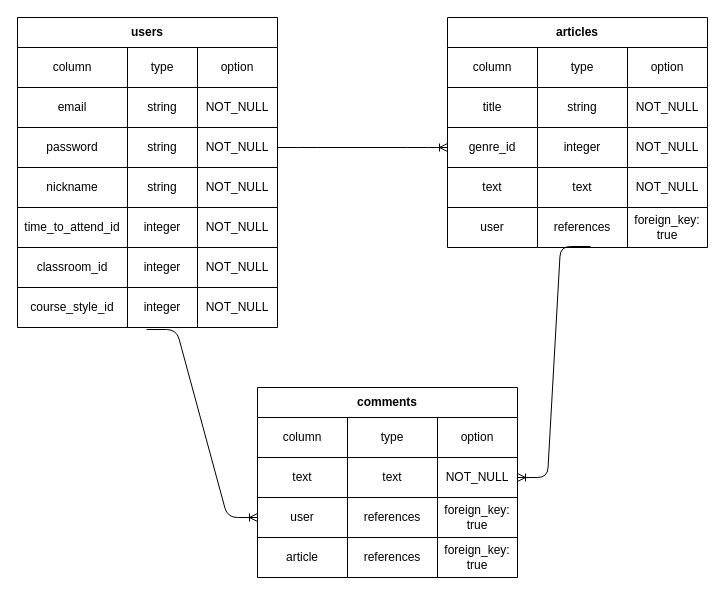
Before: ER.dio in TAKAE1117/techcamp-community-app, a draw.io diagram. Source tidied: cells renumbered, new cells numbered last; positions are measured from the earlier drawing's top-left corner, leaving out a move shared by most shapes. Both pictures are drawn from the tidied source at 100%, with x=0, y=0 at pixel (17, 17).
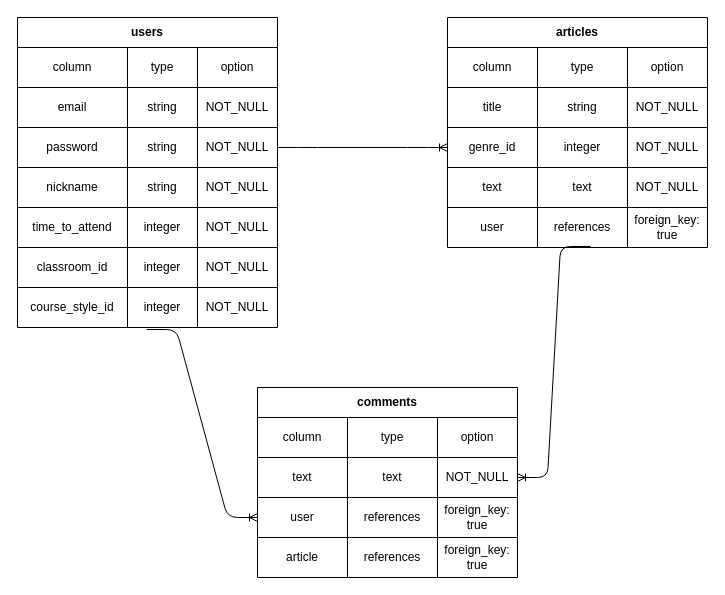
After the change.

The change refers to these unchanged cells:
```xml
<mxCell id="40" style="shape=partialRectangle;html=1;whiteSpace=wrap;fillColor=none;top=0;left=0;bottom=0;right=0;" parent="23" vertex="1">
  <mxGeometry y="190" width="260" height="40" as="geometry" />
</mxCell>
```

Change to the diagram source:
```diff
@@
-    <mxCell id="41" value="time_to_attend_id" style="shape=partialRectangle;html=1;whiteSpace=wrap;fillColor=none;top=0;left=0;bottom=0;right=0;overflow=hidden;" parent="40" vertex="1">
+    <mxCell id="41" value="time_to_attend" style="shape=partialRectangle;html=1;whiteSpace=wrap;fillColor=none;top=0;left=0;bottom=0;right=0;overflow=hidden;" parent="40" vertex="1">
       <mxGeometry width="110" height="40" as="geometry" />
     </mxCell>
```
